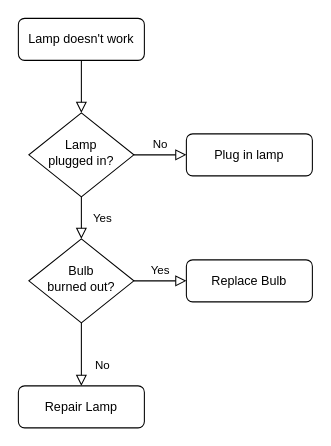
zhanghaiyang1/draw keeps this draw.io diagram as Untitled Diagram.drawio. Above is the earlier version. Source tidied: cells renumbered, new cells numbered last; positions are measured from the earlier drawing's top-left corner, leaving out a move shared by most shapes. Both pictures are drawn from the tidied source at 105%, with x=0, y=0 at pixel (18, 18).
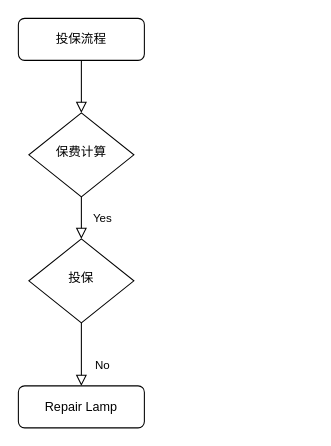
The same diagram, later.

The edit, as a diff of the source:
```diff
@@
 <mxGraphModel>
   <root>
     <mxCell id="0" />
     <mxCell id="1" parent="0" />
     <mxCell id="2" style="rounded=0;html=1;jettySize=auto;fontSize=11;endArrow=block;endFill=0;endSize=8;strokeWidth=1;shadow=0;labelBackgroundColor=none;edgeStyle=orthogonalEdgeStyle;" parent="1" edge="1" source="3" target="6">
       <mxGeometry relative="1" as="geometry" />
     </mxCell>
-    <mxCell id="3" value="Lamp doesn't work" style="rounded=1;whiteSpace=wrap;html=1;fontSize=12;glass=0;strokeWidth=1;shadow=0;" parent="1" vertex="1">
+    <mxCell id="3" value="投保流程" style="rounded=1;whiteSpace=wrap;html=1;fontSize=12;glass=0;strokeWidth=1;shadow=0;" parent="1" vertex="1">
       <mxGeometry width="120" height="40" as="geometry" />
     </mxCell>
     <mxCell id="4" value="Yes" style="rounded=0;html=1;jettySize=auto;fontSize=11;endArrow=block;endFill=0;endSize=8;strokeWidth=1;shadow=0;labelBackgroundColor=none;edgeStyle=orthogonalEdgeStyle;" parent="1" edge="1" source="6" target="10">
       <mxGeometry y="20" relative="1" as="geometry" />
     </mxCell>
-    <mxCell id="5" value="No" style="edgeStyle=orthogonalEdgeStyle;rounded=0;html=1;jettySize=auto;fontSize=11;endArrow=block;endFill=0;endSize=8;strokeWidth=1;shadow=0;labelBackgroundColor=none;" parent="1" edge="1" source="6" target="7">
-      <mxGeometry y="10" relative="1" as="geometry" />
-    </mxCell>
-    <mxCell id="6" value="Lamp&lt;br&gt;plugged in?" style="rhombus;whiteSpace=wrap;html=1;shadow=0;fontFamily=Helvetica;fontSize=12;align=center;strokeWidth=1;spacing=6;spacingTop=-4;" parent="1" vertex="1">
+    <mxCell id="6" value="保费计算" style="rhombus;whiteSpace=wrap;html=1;shadow=0;fontFamily=Helvetica;fontSize=12;align=center;strokeWidth=1;spacing=6;spacingTop=-4;" parent="1" vertex="1">
       <mxGeometry x="10" y="90" width="100" height="80" as="geometry" />
     </mxCell>
-    <mxCell id="7" value="Plug in lamp" style="rounded=1;whiteSpace=wrap;html=1;fontSize=12;glass=0;strokeWidth=1;shadow=0;" parent="1" vertex="1">
-      <mxGeometry x="160" y="110" width="120" height="40" as="geometry" />
-    </mxCell>
     <mxCell id="8" value="No" style="rounded=0;html=1;jettySize=auto;fontSize=11;endArrow=block;endFill=0;endSize=8;strokeWidth=1;shadow=0;labelBackgroundColor=none;edgeStyle=orthogonalEdgeStyle;" parent="1" edge="1" source="10" target="11">
       <mxGeometry x="0.33" y="20" relative="1" as="geometry" />
     </mxCell>
-    <mxCell id="9" value="Yes" style="edgeStyle=orthogonalEdgeStyle;rounded=0;html=1;jettySize=auto;fontSize=11;endArrow=block;endFill=0;endSize=8;strokeWidth=1;shadow=0;labelBackgroundColor=none;" parent="1" edge="1" source="10" target="12">
-      <mxGeometry y="10" relative="1" as="geometry" />
-    </mxCell>
-    <mxCell id="10" value="Bulb&lt;br&gt;burned out?" style="rhombus;whiteSpace=wrap;html=1;shadow=0;fontFamily=Helvetica;fontSize=12;align=center;strokeWidth=1;spacing=6;spacingTop=-4;" parent="1" vertex="1">
+    <mxCell id="10" value="投保" style="rhombus;whiteSpace=wrap;html=1;shadow=0;fontFamily=Helvetica;fontSize=12;align=center;strokeWidth=1;spacing=6;spacingTop=-4;" parent="1" vertex="1">
       <mxGeometry x="10" y="210" width="100" height="80" as="geometry" />
     </mxCell>
     <mxCell id="11" value="Repair Lamp" style="rounded=1;whiteSpace=wrap;html=1;fontSize=12;glass=0;strokeWidth=1;shadow=0;" parent="1" vertex="1">
       <mxGeometry y="350" width="120" height="40" as="geometry" />
     </mxCell>
-    <mxCell id="12" value="Replace Bulb" style="rounded=1;whiteSpace=wrap;html=1;fontSize=12;glass=0;strokeWidth=1;shadow=0;" parent="1" vertex="1">
-      <mxGeometry x="160" y="230" width="120" height="40" as="geometry" />
-    </mxCell>
   </root>
 </mxGraphModel>
```
